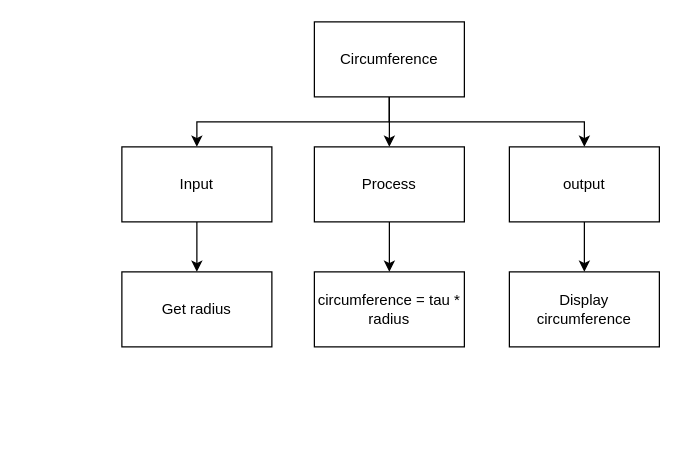
Earlier version of the draw.io diagram page "Top Down" (1 of 2) of design.drawio (Samuel-Webster-178/ICS3U-Unit3-Unit3-07-Python). Source tidied: cells renumbered, new cells numbered last; positions are measured from the earlier drawing's top-left corner, leaving out a move shared by most shapes. Both pictures are drawn from the tidied source at 125%, with x=0, y=0 at pixel (121, 21).
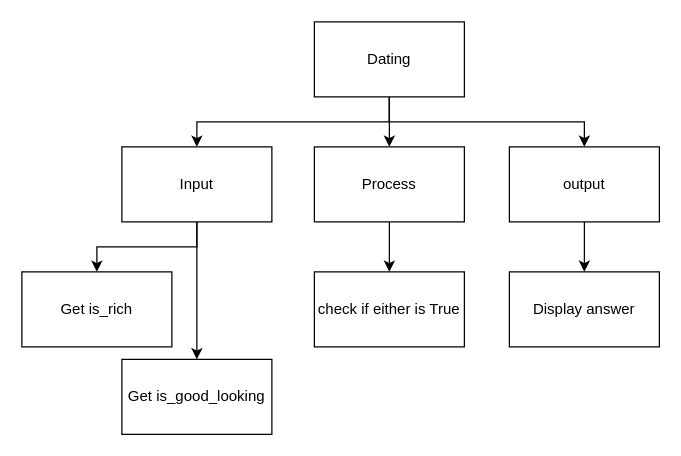
Above is the later version.

Unchanged cells that the change refers to:
```xml
<mxCell id="7" value="Input" style="rounded=0;whiteSpace=wrap;html=1;" parent="1" vertex="1">
  <mxGeometry y="100" width="120" height="60" as="geometry" />
</mxCell>
```

The edit, as a diff of the source:
```diff
@@
-    <mxCell id="5" value="Circumference" style="rounded=0;whiteSpace=wrap;html=1;" parent="1" vertex="1">
+    <mxCell id="5" value="Dating" style="rounded=0;whiteSpace=wrap;html=1;" parent="1" vertex="1">
       <mxGeometry x="154" width="120" height="60" as="geometry" />
     </mxCell>
@@
+    <mxCell id="15" style="edgeStyle=none;html=1;" parent="1" edge="1" source="7" target="16">
+      <mxGeometry relative="1" as="geometry" />
+    </mxCell>
@@
-    <mxCell id="12" value="Get radius" style="rounded=0;whiteSpace=wrap;html=1;" parent="1" vertex="1">
-      <mxGeometry y="200" width="120" height="60" as="geometry" />
+    <mxCell id="12" value="Get is_rich" style="rounded=0;whiteSpace=wrap;html=1;" parent="1" vertex="1">
+      <mxGeometry x="-80" y="200" width="120" height="60" as="geometry" />
     </mxCell>
-    <mxCell id="13" value="circumference = tau * radius" style="rounded=0;whiteSpace=wrap;html=1;" parent="1" vertex="1">
+    <mxCell id="13" value="check if either is True" style="rounded=0;whiteSpace=wrap;html=1;" parent="1" vertex="1">
       <mxGeometry x="154" y="200" width="120" height="60" as="geometry" />
     </mxCell>
-    <mxCell id="14" value="Display circumference" style="rounded=0;whiteSpace=wrap;html=1;" parent="1" vertex="1">
+    <mxCell id="14" value="Display answer" style="rounded=0;whiteSpace=wrap;html=1;" parent="1" vertex="1">
       <mxGeometry x="310" y="200" width="120" height="60" as="geometry" />
     </mxCell>
+    <mxCell id="16" value="Get is_good_looking" style="rounded=0;whiteSpace=wrap;html=1;" parent="1" vertex="1">
+      <mxGeometry y="270" width="120" height="60" as="geometry" />
+    </mxCell>
```
